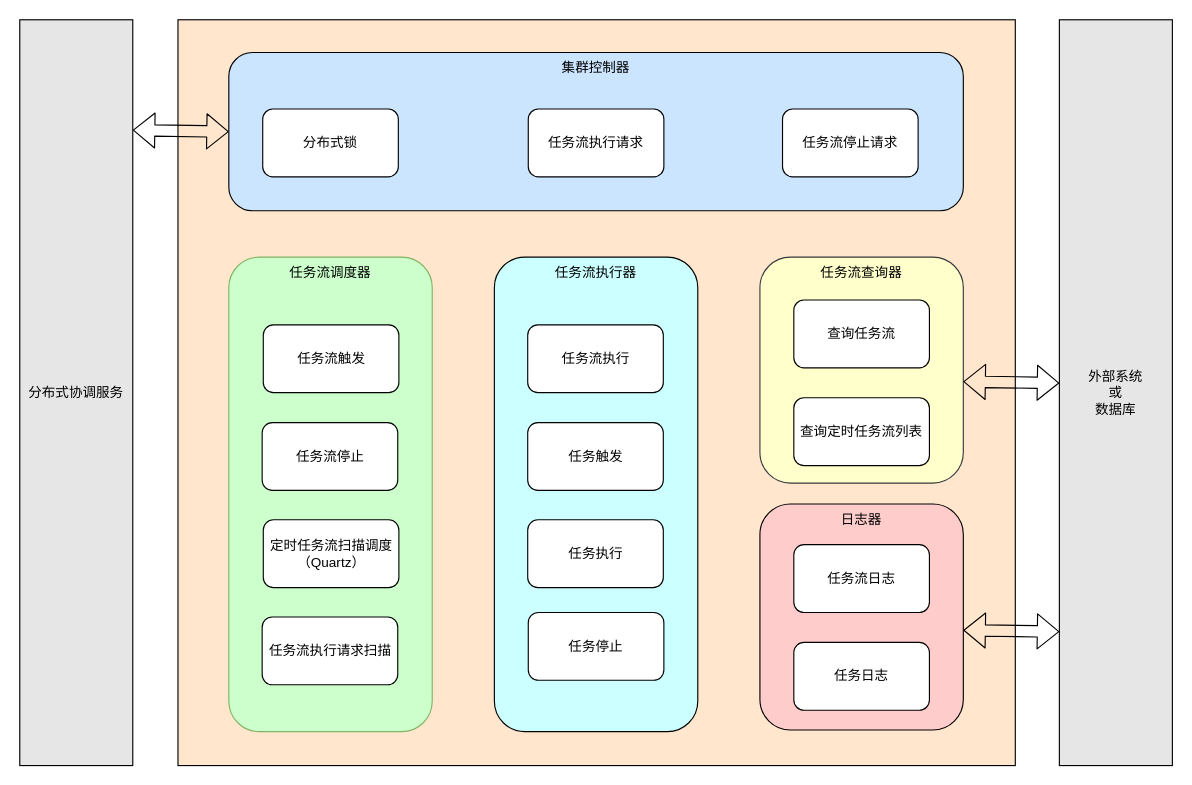
Before: docs/架构图.drawio in kpali/wolf-flow, a draw.io diagram. Source tidied: cells renumbered, new cells numbered last; positions are measured from the earlier drawing's top-left corner, leaving out a move shared by most shapes. Both pictures are drawn from the tidied source at 113%, with x=0, y=0 at pixel (19, 19).
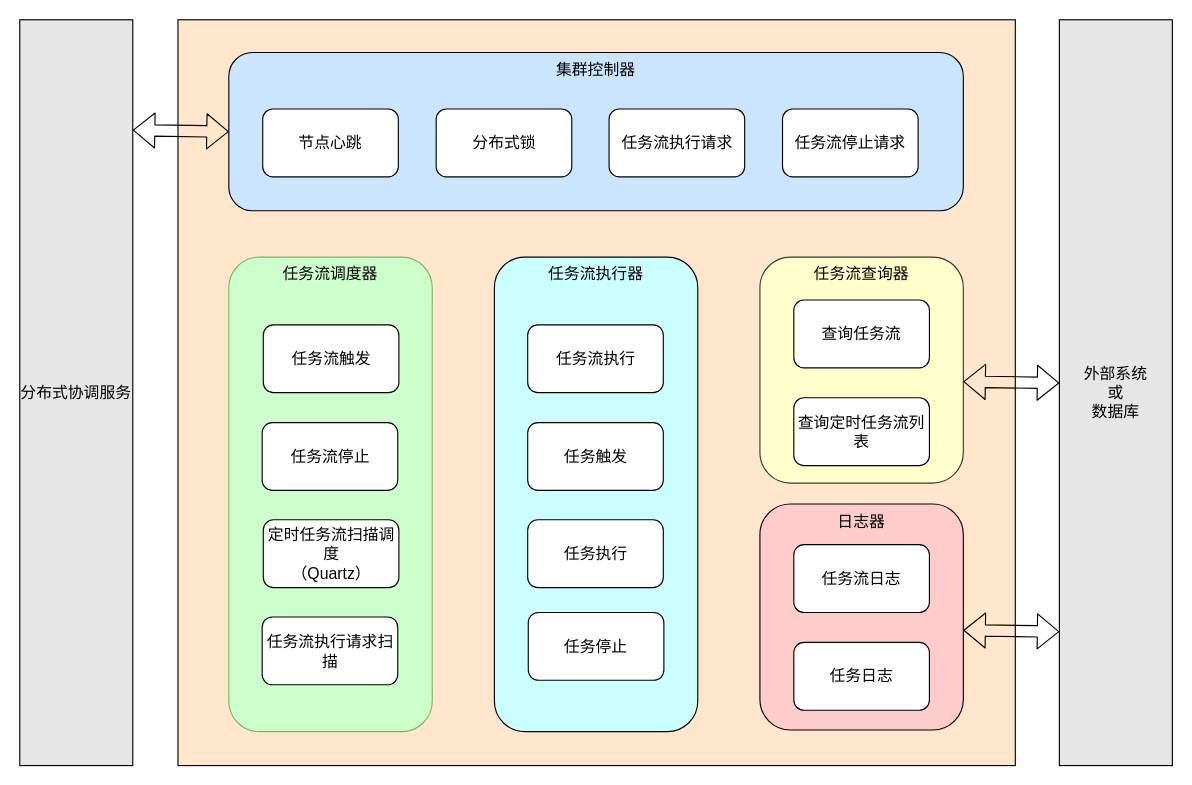
The same page after the edit.

The edit, as a diff of the source:
```diff
@@
-    <mxCell id="2" style="rounded=0;whiteSpace=wrap;html=1;fillColor=#FFE6CC;" parent="1" vertex="1">
+    <mxCell id="2" style="rounded=0;whiteSpace=wrap;html=1;fillColor=#FFE6CC;fontSize=14;" parent="1" vertex="1">
       <mxGeometry x="140" width="741" height="660" as="geometry" />
     </mxCell>
-    <mxCell id="3" value="任务流执行器" style="rounded=1;whiteSpace=wrap;html=1;fillColor=#CCFFFF;verticalAlign=top;" parent="1" vertex="1">
+    <mxCell id="3" value="任务流执行器" style="rounded=1;whiteSpace=wrap;html=1;fillColor=#CCFFFF;verticalAlign=top;fontSize=14;" parent="1" vertex="1">
       <mxGeometry x="420" y="210" width="180" height="420" as="geometry" />
     </mxCell>
-    <mxCell id="4" value="集群控制器" style="rounded=1;whiteSpace=wrap;html=1;verticalAlign=top;fillColor=#CCE5FF;" parent="1" vertex="1">
+    <mxCell id="4" value="集群控制器" style="rounded=1;whiteSpace=wrap;html=1;verticalAlign=top;fillColor=#CCE5FF;fontSize=14;" parent="1" vertex="1">
       <mxGeometry x="185" y="29" width="650" height="140" as="geometry" />
     </mxCell>
-    <mxCell id="5" value="任务流调度器" style="rounded=1;whiteSpace=wrap;html=1;fillColor=#CCFFCC;strokeColor=#82b366;verticalAlign=top;" parent="1" vertex="1">
+    <mxCell id="5" value="任务流调度器" style="rounded=1;whiteSpace=wrap;html=1;fillColor=#CCFFCC;strokeColor=#82b366;verticalAlign=top;fontSize=14;" parent="1" vertex="1">
       <mxGeometry x="185" y="210" width="180" height="420" as="geometry" />
     </mxCell>
-    <mxCell id="6" value="分布式锁" style="rounded=1;whiteSpace=wrap;html=1;" parent="1" vertex="1">
+    <mxCell id="6" value="节点心跳" style="rounded=1;whiteSpace=wrap;html=1;fontSize=14;" parent="1" vertex="1">
       <mxGeometry x="215" y="79" width="120" height="60" as="geometry" />
     </mxCell>
-    <mxCell id="7" value="任务流执行请求" style="rounded=1;whiteSpace=wrap;html=1;" parent="1" vertex="1">
-      <mxGeometry x="450" y="79" width="120" height="60" as="geometry" />
+    <mxCell id="7" value="任务流执行请求" style="rounded=1;whiteSpace=wrap;html=1;fontSize=14;" parent="1" vertex="1">
+      <mxGeometry x="521.5" y="79" width="120" height="60" as="geometry" />
     </mxCell>
-    <mxCell id="8" value="任务流停止请求" style="rounded=1;whiteSpace=wrap;html=1;" parent="1" vertex="1">
+    <mxCell id="8" value="任务流停止请求" style="rounded=1;whiteSpace=wrap;html=1;fontSize=14;" parent="1" vertex="1">
       <mxGeometry x="675" y="79" width="120" height="60" as="geometry" />
     </mxCell>
-    <mxCell id="9" value="任务流触发" style="rounded=1;whiteSpace=wrap;html=1;" parent="1" vertex="1">
+    <mxCell id="9" value="任务流触发" style="rounded=1;whiteSpace=wrap;html=1;fontSize=14;" parent="1" vertex="1">
       <mxGeometry x="215.5" y="270" width="120" height="60" as="geometry" />
     </mxCell>
-    <mxCell id="10" value="任务流停止" style="rounded=1;whiteSpace=wrap;html=1;" parent="1" vertex="1">
+    <mxCell id="10" value="任务流停止" style="rounded=1;whiteSpace=wrap;html=1;fontSize=14;" parent="1" vertex="1">
       <mxGeometry x="214.5" y="356.5" width="120" height="60" as="geometry" />
     </mxCell>
-    <mxCell id="11" value="定时任务流扫描调度&lt;br&gt;（Quartz）" style="rounded=1;whiteSpace=wrap;html=1;" parent="1" vertex="1">
+    <mxCell id="11" value="定时任务流扫描调度&lt;br style=&quot;font-size: 14px;&quot;&gt;（Quartz）" style="rounded=1;whiteSpace=wrap;html=1;fontSize=14;" parent="1" vertex="1">
       <mxGeometry x="215.5" y="442.5" width="120" height="60" as="geometry" />
     </mxCell>
-    <mxCell id="12" value="任务流执行请求扫描" style="rounded=1;whiteSpace=wrap;html=1;" parent="1" vertex="1">
+    <mxCell id="12" value="任务流执行请求扫描" style="rounded=1;whiteSpace=wrap;html=1;fontSize=14;" parent="1" vertex="1">
       <mxGeometry x="214.5" y="528.5" width="120" height="60" as="geometry" />
     </mxCell>
-    <mxCell id="13" value="任务流查询器" style="rounded=1;whiteSpace=wrap;html=1;verticalAlign=top;fillColor=#FFFFCC;strokeColor=#36393d;" parent="1" vertex="1">
+    <mxCell id="13" value="任务流查询器" style="rounded=1;whiteSpace=wrap;html=1;verticalAlign=top;fillColor=#FFFFCC;strokeColor=#36393d;fontSize=14;" parent="1" vertex="1">
       <mxGeometry x="655" y="210" width="180" height="200" as="geometry" />
     </mxCell>
-    <mxCell id="14" value="查询任务流" style="rounded=1;whiteSpace=wrap;html=1;" parent="1" vertex="1">
+    <mxCell id="14" value="查询任务流" style="rounded=1;whiteSpace=wrap;html=1;fontSize=14;" parent="1" vertex="1">
       <mxGeometry x="685" y="248" width="120" height="60" as="geometry" />
     </mxCell>
-    <mxCell id="15" value="查询定时任务流列表" style="rounded=1;whiteSpace=wrap;html=1;" parent="1" vertex="1">
+    <mxCell id="15" value="查询定时任务流列表" style="rounded=1;whiteSpace=wrap;html=1;fontSize=14;" parent="1" vertex="1">
       <mxGeometry x="685" y="334.5" width="120" height="60" as="geometry" />
     </mxCell>
-    <mxCell id="16" value="日志器" style="rounded=1;whiteSpace=wrap;html=1;verticalAlign=top;fillColor=#FFCCCC;" parent="1" vertex="1">
+    <mxCell id="16" value="日志器" style="rounded=1;whiteSpace=wrap;html=1;verticalAlign=top;fillColor=#FFCCCC;fontSize=14;" parent="1" vertex="1">
       <mxGeometry x="655" y="428.5" width="180" height="200" as="geometry" />
     </mxCell>
-    <mxCell id="17" value="任务流日志" style="rounded=1;whiteSpace=wrap;html=1;" parent="1" vertex="1">
+    <mxCell id="17" value="任务流日志" style="rounded=1;whiteSpace=wrap;html=1;fontSize=14;" parent="1" vertex="1">
       <mxGeometry x="685" y="464.5" width="120" height="60" as="geometry" />
     </mxCell>
-    <mxCell id="18" value="任务日志" style="rounded=1;whiteSpace=wrap;html=1;" parent="1" vertex="1">
+    <mxCell id="18" value="任务日志" style="rounded=1;whiteSpace=wrap;html=1;fontSize=14;" parent="1" vertex="1">
       <mxGeometry x="685" y="551" width="120" height="60" as="geometry" />
     </mxCell>
-    <mxCell id="19" value="任务触发" style="rounded=1;whiteSpace=wrap;html=1;" parent="1" vertex="1">
+    <mxCell id="19" value="任务触发" style="rounded=1;whiteSpace=wrap;html=1;fontSize=14;" parent="1" vertex="1">
       <mxGeometry x="449.5" y="356.5" width="120" height="60" as="geometry" />
     </mxCell>
-    <mxCell id="20" value="任务执行" style="rounded=1;whiteSpace=wrap;html=1;" parent="1" vertex="1">
+    <mxCell id="20" value="任务执行" style="rounded=1;whiteSpace=wrap;html=1;fontSize=14;" parent="1" vertex="1">
       <mxGeometry x="449.5" y="442.5" width="120" height="60" as="geometry" />
     </mxCell>
-    <mxCell id="21" value="任务停止" style="rounded=1;whiteSpace=wrap;html=1;" parent="1" vertex="1">
+    <mxCell id="21" value="任务停止" style="rounded=1;whiteSpace=wrap;html=1;fontSize=14;" parent="1" vertex="1">
       <mxGeometry x="450" y="524.5" width="120" height="60" as="geometry" />
     </mxCell>
-    <mxCell id="22" value="分布式协调服务" style="rounded=0;whiteSpace=wrap;html=1;fillColor=#E6E6E6;verticalAlign=middle;" parent="1" vertex="1">
+    <mxCell id="22" value="分布式协调服务" style="rounded=0;whiteSpace=wrap;html=1;fillColor=#E6E6E6;verticalAlign=middle;fontSize=14;" parent="1" vertex="1">
       <mxGeometry width="100" height="660" as="geometry" />
     </mxCell>
-    <mxCell id="23" value="外部系统&lt;br&gt;或&lt;br&gt;数据库" style="rounded=0;whiteSpace=wrap;html=1;fillColor=#E6E6E6;" parent="1" vertex="1">
+    <mxCell id="23" value="外部系统&lt;br style=&quot;font-size: 14px;&quot;&gt;或&lt;br style=&quot;font-size: 14px;&quot;&gt;数据库" style="rounded=0;whiteSpace=wrap;html=1;fillColor=#E6E6E6;fontSize=14;" parent="1" vertex="1">
       <mxGeometry x="920" width="100" height="660" as="geometry" />
     </mxCell>
-    <mxCell id="24" style="shape=flexArrow;endArrow=classic;startArrow=classic;html=1;entryX=0;entryY=0.5;entryDx=0;entryDy=0;exitX=1;exitY=0.148;exitDx=0;exitDy=0;exitPerimeter=0;" parent="1" edge="1" source="22" target="4">
+    <mxCell id="24" style="shape=flexArrow;endArrow=classic;startArrow=classic;html=1;entryX=0;entryY=0.5;entryDx=0;entryDy=0;exitX=1;exitY=0.148;exitDx=0;exitDy=0;exitPerimeter=0;fontSize=14;" parent="1" edge="1" source="22" target="4">
       <mxGeometry relative="1" as="geometry" />
     </mxCell>
-    <mxCell id="25" style="shape=flexArrow;endArrow=classic;startArrow=classic;html=1;entryX=0;entryY=0.5;entryDx=0;entryDy=0;exitX=1;exitY=0.148;exitDx=0;exitDy=0;exitPerimeter=0;" parent="1" edge="1">
+    <mxCell id="25" style="shape=flexArrow;endArrow=classic;startArrow=classic;html=1;entryX=0;entryY=0.5;entryDx=0;entryDy=0;exitX=1;exitY=0.148;exitDx=0;exitDy=0;exitPerimeter=0;fontSize=14;" parent="1" edge="1">
       <mxGeometry relative="1" as="geometry">
         <mxPoint x="835" y="320.2" as="sourcePoint" />
         <mxPoint x="920" y="321.5" as="targetPoint" />
       </mxGeometry>
     </mxCell>
-    <mxCell id="26" style="shape=flexArrow;endArrow=classic;startArrow=classic;html=1;entryX=0;entryY=0.5;entryDx=0;entryDy=0;exitX=1;exitY=0.148;exitDx=0;exitDy=0;exitPerimeter=0;" parent="1" edge="1">
+    <mxCell id="26" style="shape=flexArrow;endArrow=classic;startArrow=classic;html=1;entryX=0;entryY=0.5;entryDx=0;entryDy=0;exitX=1;exitY=0.148;exitDx=0;exitDy=0;exitPerimeter=0;fontSize=14;" parent="1" edge="1">
       <mxGeometry relative="1" as="geometry">
         <mxPoint x="835" y="540.2" as="sourcePoint" />
         <mxPoint x="920" y="541.5" as="targetPoint" />
       </mxGeometry>
     </mxCell>
-    <mxCell id="27" value="任务流执行" style="rounded=1;whiteSpace=wrap;html=1;" parent="1" vertex="1">
+    <mxCell id="27" value="任务流执行" style="rounded=1;whiteSpace=wrap;html=1;fontSize=14;" parent="1" vertex="1">
       <mxGeometry x="449.5" y="270" width="120" height="60" as="geometry" />
     </mxCell>
+    <mxCell id="28" value="分布式锁" style="rounded=1;whiteSpace=wrap;html=1;fontSize=14;" parent="1" vertex="1">
+      <mxGeometry x="368.5" y="79" width="120" height="60" as="geometry" />
+    </mxCell>
```
